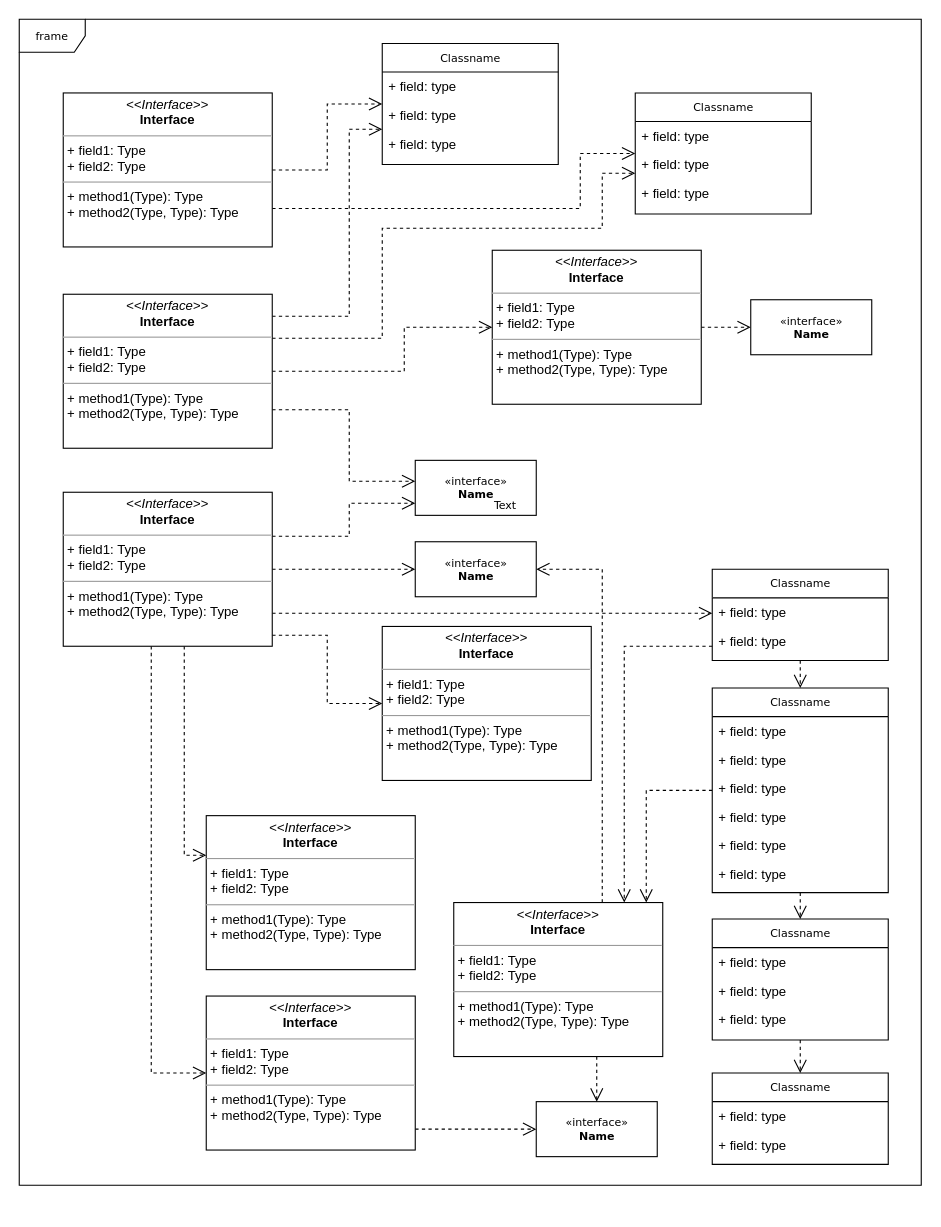
This is Диаграмма без названия.drawio from mobelus/WebProjects, a draw.io file, before an edit. Source tidied: cells renumbered, new cells numbered last; positions are measured from the earlier drawing's top-left corner, leaving out a move shared by most shapes. Both pictures are drawn from the tidied source at 110%, with x=0, y=0 at pixel (19, 19).
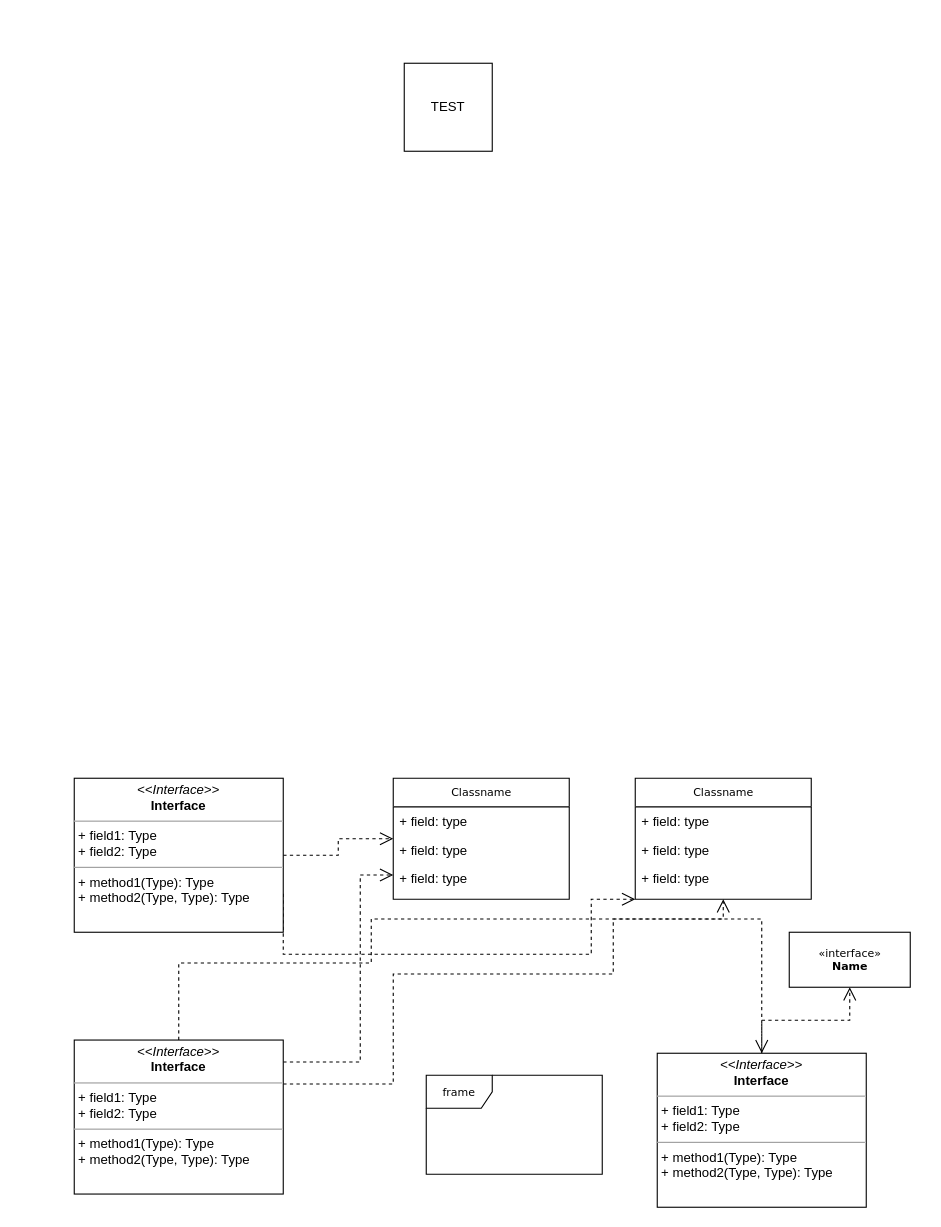
After the change.

What changed in the source:
```diff
@@
     <mxCell id="2" value="frame" style="shape=umlFrame;whiteSpace=wrap;html=1;rounded=0;shadow=0;comic=0;labelBackgroundColor=none;strokeWidth=1;fontFamily=Verdana;fontSize=10;align=center;" parent="1" vertex="1">
-      <mxGeometry width="820" height="1060" as="geometry" />
+      <mxGeometry x="370" y="960" width="160" height="90" as="geometry" />
     </mxCell>
-    <mxCell id="3" style="edgeStyle=orthogonalEdgeStyle;rounded=0;html=1;dashed=1;labelBackgroundColor=none;startFill=0;endArrow=open;endFill=0;endSize=10;fontFamily=Verdana;fontSize=10;" parent="1" edge="1" source="5" target="35">
-      <mxGeometry relative="1" as="geometry">
-        <Array as="points">
-          <mxPoint x="570" y="701" />
-        </Array>
-      </mxGeometry>
-    </mxCell>
-    <mxCell id="4" style="edgeStyle=orthogonalEdgeStyle;rounded=0;html=1;dashed=1;labelBackgroundColor=none;startFill=0;endArrow=open;endFill=0;endSize=10;fontFamily=Verdana;fontSize=10;" parent="1" edge="1" source="5" target="24">
-      <mxGeometry relative="1" as="geometry" />
-    </mxCell>
-    <mxCell id="5" value="Classname" style="swimlane;html=1;fontStyle=0;horizontal=1;startSize=26;fillColor=none;swimlaneFillColor=#ffffff;rounded=0;shadow=0;comic=0;labelBackgroundColor=none;strokeWidth=1;fontFamily=Verdana;fontSize=10;align=center;" parent="1" vertex="1">
-      <mxGeometry x="630" y="608" width="160" height="186" as="geometry" />
-    </mxCell>
-    <mxCell id="6" value="+ field: type" style="text;html=1;strokeColor=none;fillColor=none;align=left;verticalAlign=top;spacingLeft=4;spacingRight=4;whiteSpace=wrap;overflow=hidden;" parent="5" vertex="1">
-      <mxGeometry y="26" width="160" height="26" as="geometry" />
-    </mxCell>
-    <mxCell id="7" value="+ field: type" style="text;html=1;strokeColor=none;fillColor=none;align=left;verticalAlign=top;spacingLeft=4;spacingRight=4;whiteSpace=wrap;overflow=hidden;" parent="5" vertex="1">
-      <mxGeometry y="52" width="160" height="26" as="geometry" />
-    </mxCell>
-    <mxCell id="8" value="+ field: type" style="text;html=1;strokeColor=none;fillColor=none;align=left;verticalAlign=top;spacingLeft=4;spacingRight=4;whiteSpace=wrap;overflow=hidden;" parent="5" vertex="1">
-      <mxGeometry y="78" width="160" height="26" as="geometry" />
-    </mxCell>
-    <mxCell id="9" value="+ field: type" style="text;html=1;strokeColor=none;fillColor=none;align=left;verticalAlign=top;spacingLeft=4;spacingRight=4;whiteSpace=wrap;overflow=hidden;" parent="5" vertex="1">
-      <mxGeometry y="104" width="160" height="26" as="geometry" />
-    </mxCell>
-    <mxCell id="10" value="+ field: type" style="text;html=1;strokeColor=none;fillColor=none;align=left;verticalAlign=top;spacingLeft=4;spacingRight=4;whiteSpace=wrap;overflow=hidden;" parent="5" vertex="1">
-      <mxGeometry y="130" width="160" height="26" as="geometry" />
-    </mxCell>
-    <mxCell id="11" value="+ field: type" style="text;html=1;strokeColor=none;fillColor=none;align=left;verticalAlign=top;spacingLeft=4;spacingRight=4;whiteSpace=wrap;overflow=hidden;" parent="5" vertex="1">
-      <mxGeometry y="156" width="160" height="26" as="geometry" />
-    </mxCell>
     <mxCell id="12" value="Classname" style="swimlane;html=1;fontStyle=0;horizontal=1;startSize=26;fillColor=none;swimlaneFillColor=#ffffff;rounded=0;shadow=0;comic=0;labelBackgroundColor=none;strokeWidth=1;fontFamily=Verdana;fontSize=10;align=center;" parent="1" vertex="1">
-      <mxGeometry x="330" y="22" width="160" height="110" as="geometry" />
+      <mxGeometry x="340" y="690" width="160" height="110" as="geometry" />
     </mxCell>
@@
     <mxCell id="16" value="Classname" style="swimlane;html=1;fontStyle=0;horizontal=1;startSize=26;fillColor=none;swimlaneFillColor=#ffffff;rounded=0;shadow=0;comic=0;labelBackgroundColor=none;strokeWidth=1;fontFamily=Verdana;fontSize=10;align=center;" parent="1" vertex="1">
-      <mxGeometry x="560" y="67" width="160" height="110" as="geometry" />
+      <mxGeometry x="560" y="690" width="160" height="110" as="geometry" />
     </mxCell>
@@
-    <mxCell id="20" value="Classname" style="swimlane;html=1;fontStyle=0;horizontal=1;startSize=26;fillColor=none;swimlaneFillColor=#ffffff;rounded=0;shadow=0;comic=0;labelBackgroundColor=none;strokeWidth=1;fontFamily=Verdana;fontSize=10;align=center;" parent="1" vertex="1">
-      <mxGeometry x="630" y="958" width="160" height="83" as="geometry" />
-    </mxCell>
-    <mxCell id="21" value="+ field: type" style="text;html=1;strokeColor=none;fillColor=none;align=left;verticalAlign=top;spacingLeft=4;spacingRight=4;whiteSpace=wrap;overflow=hidden;" parent="20" vertex="1">
-      <mxGeometry y="26" width="160" height="26" as="geometry" />
-    </mxCell>
-    <mxCell id="22" value="+ field: type" style="text;html=1;strokeColor=none;fillColor=none;align=left;verticalAlign=top;spacingLeft=4;spacingRight=4;whiteSpace=wrap;overflow=hidden;" parent="20" vertex="1">
-      <mxGeometry y="52" width="160" height="26" as="geometry" />
-    </mxCell>
-    <mxCell id="23" style="edgeStyle=orthogonalEdgeStyle;rounded=0;html=1;dashed=1;labelBackgroundColor=none;startFill=0;endArrow=open;endFill=0;endSize=10;fontFamily=Verdana;fontSize=10;" parent="1" edge="1" source="24" target="20">
-      <mxGeometry relative="1" as="geometry" />
-    </mxCell>
-    <mxCell id="24" value="Classname" style="swimlane;html=1;fontStyle=0;horizontal=1;startSize=26;fillColor=none;swimlaneFillColor=#ffffff;rounded=0;shadow=0;comic=0;labelBackgroundColor=none;strokeWidth=1;fontFamily=Verdana;fontSize=10;align=center;" parent="1" vertex="1">
-      <mxGeometry x="630" y="818" width="160" height="110" as="geometry" />
-    </mxCell>
-    <mxCell id="25" value="+ field: type" style="text;html=1;strokeColor=none;fillColor=none;align=left;verticalAlign=top;spacingLeft=4;spacingRight=4;whiteSpace=wrap;overflow=hidden;" parent="24" vertex="1">
-      <mxGeometry y="26" width="160" height="26" as="geometry" />
-    </mxCell>
-    <mxCell id="26" value="+ field: type" style="text;html=1;strokeColor=none;fillColor=none;align=left;verticalAlign=top;spacingLeft=4;spacingRight=4;whiteSpace=wrap;overflow=hidden;" parent="24" vertex="1">
-      <mxGeometry y="52" width="160" height="26" as="geometry" />
-    </mxCell>
-    <mxCell id="27" value="+ field: type" style="text;html=1;strokeColor=none;fillColor=none;align=left;verticalAlign=top;spacingLeft=4;spacingRight=4;whiteSpace=wrap;overflow=hidden;" parent="24" vertex="1">
-      <mxGeometry y="78" width="160" height="26" as="geometry" />
-    </mxCell>
-    <mxCell id="28" style="edgeStyle=orthogonalEdgeStyle;rounded=0;html=1;dashed=1;labelBackgroundColor=none;startFill=0;endArrow=open;endFill=0;endSize=10;fontFamily=Verdana;fontSize=10;" parent="1" edge="1" source="29" target="5">
-      <mxGeometry relative="1" as="geometry" />
-    </mxCell>
-    <mxCell id="29" value="Classname" style="swimlane;html=1;fontStyle=0;horizontal=1;startSize=26;fillColor=none;swimlaneFillColor=#ffffff;rounded=0;shadow=0;comic=0;labelBackgroundColor=none;strokeWidth=1;fontFamily=Verdana;fontSize=10;align=center;" parent="1" vertex="1">
-      <mxGeometry x="630" y="500" width="160" height="83" as="geometry" />
-    </mxCell>
-    <mxCell id="30" value="+ field: type" style="text;html=1;strokeColor=none;fillColor=none;align=left;verticalAlign=top;spacingLeft=4;spacingRight=4;whiteSpace=wrap;overflow=hidden;" parent="29" vertex="1">
-      <mxGeometry y="26" width="160" height="26" as="geometry" />
-    </mxCell>
-    <mxCell id="31" value="+ field: type" style="text;html=1;strokeColor=none;fillColor=none;align=left;verticalAlign=top;spacingLeft=4;spacingRight=4;whiteSpace=wrap;overflow=hidden;" parent="29" vertex="1">
-      <mxGeometry y="52" width="160" height="26" as="geometry" />
-    </mxCell>
-    <mxCell id="32" value="&amp;laquo;interface&amp;raquo;&lt;br&gt;&lt;b&gt;Name&lt;/b&gt;" style="html=1;rounded=0;shadow=0;comic=0;labelBackgroundColor=none;strokeWidth=1;fontFamily=Verdana;fontSize=10;align=center;" parent="1" vertex="1">
-      <mxGeometry x="470" y="984" width="110" height="50" as="geometry" />
-    </mxCell>
-    <mxCell id="33" style="edgeStyle=orthogonalEdgeStyle;rounded=0;html=1;dashed=1;labelBackgroundColor=none;startFill=0;endArrow=open;endFill=0;endSize=10;fontFamily=Verdana;fontSize=10;" parent="1" edge="1" source="35" target="32">
-      <mxGeometry relative="1" as="geometry">
-        <Array as="points">
-          <mxPoint x="525" y="950" />
-          <mxPoint x="525" y="950" />
-        </Array>
-      </mxGeometry>
-    </mxCell>
-    <mxCell id="34" style="edgeStyle=orthogonalEdgeStyle;rounded=0;html=1;dashed=1;labelBackgroundColor=none;startFill=0;endArrow=open;endFill=0;endSize=10;fontFamily=Verdana;fontSize=10;" parent="1" edge="1" source="35" target="40">
-      <mxGeometry relative="1" as="geometry">
-        <Array as="points">
-          <mxPoint x="530" y="500" />
-        </Array>
-      </mxGeometry>
-    </mxCell>
-    <mxCell id="35" value="&lt;p style=&quot;margin:0px;margin-top:4px;text-align:center;&quot;&gt;&lt;i&gt;&amp;lt;&amp;lt;Interface&amp;gt;&amp;gt;&lt;/i&gt;&lt;br/&gt;&lt;b&gt;Interface&lt;/b&gt;&lt;/p&gt;&lt;hr size=&quot;1&quot;/&gt;&lt;p style=&quot;margin:0px;margin-left:4px;&quot;&gt;+ field1: Type&lt;br/&gt;+ field2: Type&lt;/p&gt;&lt;hr size=&quot;1&quot;/&gt;&lt;p style=&quot;margin:0px;margin-left:4px;&quot;&gt;+ method1(Type): Type&lt;br/&gt;+ method2(Type, Type): Type&lt;/p&gt;" style="verticalAlign=top;align=left;overflow=fill;fontSize=12;fontFamily=Helvetica;html=1;rounded=0;shadow=0;comic=0;labelBackgroundColor=none;strokeWidth=1;" parent="1" vertex="1">
-      <mxGeometry x="395" y="803" width="190" height="140" as="geometry" />
-    </mxCell>
-    <mxCell id="36" value="&lt;p style=&quot;margin:0px;margin-top:4px;text-align:center;&quot;&gt;&lt;i&gt;&amp;lt;&amp;lt;Interface&amp;gt;&amp;gt;&lt;/i&gt;&lt;br/&gt;&lt;b&gt;Interface&lt;/b&gt;&lt;/p&gt;&lt;hr size=&quot;1&quot;/&gt;&lt;p style=&quot;margin:0px;margin-left:4px;&quot;&gt;+ field1: Type&lt;br/&gt;+ field2: Type&lt;/p&gt;&lt;hr size=&quot;1&quot;/&gt;&lt;p style=&quot;margin:0px;margin-left:4px;&quot;&gt;+ method1(Type): Type&lt;br/&gt;+ method2(Type, Type): Type&lt;/p&gt;" style="verticalAlign=top;align=left;overflow=fill;fontSize=12;fontFamily=Helvetica;html=1;rounded=0;shadow=0;comic=0;labelBackgroundColor=none;strokeWidth=1;" parent="1" vertex="1">
-      <mxGeometry x="330" y="552" width="190" height="140" as="geometry" />
-    </mxCell>
-    <mxCell id="37" style="edgeStyle=orthogonalEdgeStyle;rounded=0;html=1;dashed=1;labelBackgroundColor=none;startFill=0;endArrow=open;endFill=0;endSize=10;fontFamily=Verdana;fontSize=10;" parent="1" edge="1" source="38" target="32">
-      <mxGeometry relative="1" as="geometry">
-        <Array as="points">
-          <mxPoint x="390" y="1009" />
-          <mxPoint x="390" y="1009" />
-        </Array>
-      </mxGeometry>
-    </mxCell>
-    <mxCell id="38" value="&lt;p style=&quot;margin:0px;margin-top:4px;text-align:center;&quot;&gt;&lt;i&gt;&amp;lt;&amp;lt;Interface&amp;gt;&amp;gt;&lt;/i&gt;&lt;br/&gt;&lt;b&gt;Interface&lt;/b&gt;&lt;/p&gt;&lt;hr size=&quot;1&quot;/&gt;&lt;p style=&quot;margin:0px;margin-left:4px;&quot;&gt;+ field1: Type&lt;br/&gt;+ field2: Type&lt;/p&gt;&lt;hr size=&quot;1&quot;/&gt;&lt;p style=&quot;margin:0px;margin-left:4px;&quot;&gt;+ method1(Type): Type&lt;br/&gt;+ method2(Type, Type): Type&lt;/p&gt;" style="verticalAlign=top;align=left;overflow=fill;fontSize=12;fontFamily=Helvetica;html=1;rounded=0;shadow=0;comic=0;labelBackgroundColor=none;strokeWidth=1;" parent="1" vertex="1">
-      <mxGeometry x="170" y="888" width="190" height="140" as="geometry" />
-    </mxCell>
-    <mxCell id="39" value="&lt;p style=&quot;margin:0px;margin-top:4px;text-align:center;&quot;&gt;&lt;i&gt;&amp;lt;&amp;lt;Interface&amp;gt;&amp;gt;&lt;/i&gt;&lt;br/&gt;&lt;b&gt;Interface&lt;/b&gt;&lt;/p&gt;&lt;hr size=&quot;1&quot;/&gt;&lt;p style=&quot;margin:0px;margin-left:4px;&quot;&gt;+ field1: Type&lt;br/&gt;+ field2: Type&lt;/p&gt;&lt;hr size=&quot;1&quot;/&gt;&lt;p style=&quot;margin:0px;margin-left:4px;&quot;&gt;+ method1(Type): Type&lt;br/&gt;+ method2(Type, Type): Type&lt;/p&gt;" style="verticalAlign=top;align=left;overflow=fill;fontSize=12;fontFamily=Helvetica;html=1;rounded=0;shadow=0;comic=0;labelBackgroundColor=none;strokeWidth=1;" parent="1" vertex="1">
-      <mxGeometry x="170" y="724" width="190" height="140" as="geometry" />
-    </mxCell>
-    <mxCell id="40" value="&amp;laquo;interface&amp;raquo;&lt;br&gt;&lt;b&gt;Name&lt;/b&gt;" style="html=1;rounded=0;shadow=0;comic=0;labelBackgroundColor=none;strokeWidth=1;fontFamily=Verdana;fontSize=10;align=center;" parent="1" vertex="1">
-      <mxGeometry x="360" y="475" width="110" height="50" as="geometry" />
-    </mxCell>
-    <mxCell id="41" value="&amp;laquo;interface&amp;raquo;&lt;br&gt;&lt;b&gt;Name&lt;/b&gt;" style="html=1;rounded=0;shadow=0;comic=0;labelBackgroundColor=none;strokeWidth=1;fontFamily=Verdana;fontSize=10;align=center;" parent="1" vertex="1">
-      <mxGeometry x="360" y="401" width="110" height="50" as="geometry" />
-    </mxCell>
@@
     <mxCell id="43" value="&lt;p style=&quot;margin:0px;margin-top:4px;text-align:center;&quot;&gt;&lt;i&gt;&amp;lt;&amp;lt;Interface&amp;gt;&amp;gt;&lt;/i&gt;&lt;br/&gt;&lt;b&gt;Interface&lt;/b&gt;&lt;/p&gt;&lt;hr size=&quot;1&quot;/&gt;&lt;p style=&quot;margin:0px;margin-left:4px;&quot;&gt;+ field1: Type&lt;br/&gt;+ field2: Type&lt;/p&gt;&lt;hr size=&quot;1&quot;/&gt;&lt;p style=&quot;margin:0px;margin-left:4px;&quot;&gt;+ method1(Type): Type&lt;br/&gt;+ method2(Type, Type): Type&lt;/p&gt;" style="verticalAlign=top;align=left;overflow=fill;fontSize=12;fontFamily=Helvetica;html=1;rounded=0;shadow=0;comic=0;labelBackgroundColor=none;strokeWidth=1;" parent="1" vertex="1">
-      <mxGeometry x="430" y="210" width="190" height="140" as="geometry" />
+      <mxGeometry x="580" y="940" width="190" height="140" as="geometry" />
     </mxCell>
-    <mxCell id="44" value="Text" style="text;html=1;align=left;verticalAlign=top;spacingTop=-4;fontSize=10;fontFamily=Verdana;fontColor=#000000;" parent="1" vertex="1">
-      <mxGeometry x="430" y="434" width="40" height="10" as="geometry" />
-    </mxCell>
     <mxCell id="45" value="&amp;laquo;interface&amp;raquo;&lt;br&gt;&lt;b&gt;Name&lt;/b&gt;" style="html=1;rounded=0;shadow=0;comic=0;labelBackgroundColor=none;strokeWidth=1;fontFamily=Verdana;fontSize=10;align=center;" parent="1" vertex="1">
-      <mxGeometry x="665" y="255" width="110" height="50" as="geometry" />
+      <mxGeometry x="700" y="830" width="110" height="50" as="geometry" />
     </mxCell>
@@
     <mxCell id="47" style="edgeStyle=orthogonalEdgeStyle;rounded=0;html=1;exitX=1;exitY=0.75;dashed=1;labelBackgroundColor=none;startFill=0;endArrow=open;endFill=0;endSize=10;fontFamily=Verdana;fontSize=10;" parent="1" edge="1" source="48" target="16">
       <mxGeometry relative="1" as="geometry">
         <Array as="points">
-          <mxPoint x="510" y="172" />
-          <mxPoint x="510" y="122" />
+          <mxPoint x="520" y="850" />
+          <mxPoint x="520" y="800" />
         </Array>
       </mxGeometry>
     </mxCell>
     <mxCell id="48" value="&lt;p style=&quot;margin:0px;margin-top:4px;text-align:center;&quot;&gt;&lt;i&gt;&amp;lt;&amp;lt;Interface&amp;gt;&amp;gt;&lt;/i&gt;&lt;br/&gt;&lt;b&gt;Interface&lt;/b&gt;&lt;/p&gt;&lt;hr size=&quot;1&quot;/&gt;&lt;p style=&quot;margin:0px;margin-left:4px;&quot;&gt;+ field1: Type&lt;br/&gt;+ field2: Type&lt;/p&gt;&lt;hr size=&quot;1&quot;/&gt;&lt;p style=&quot;margin:0px;margin-left:4px;&quot;&gt;+ method1(Type): Type&lt;br/&gt;+ method2(Type, Type): Type&lt;/p&gt;" style="verticalAlign=top;align=left;overflow=fill;fontSize=12;fontFamily=Helvetica;html=1;rounded=0;shadow=0;comic=0;labelBackgroundColor=none;strokeWidth=1;" parent="1" vertex="1">
-      <mxGeometry x="40" y="67" width="190" height="140" as="geometry" />
+      <mxGeometry x="50" y="690" width="190" height="140" as="geometry" />
     </mxCell>
     <mxCell id="49" style="edgeStyle=orthogonalEdgeStyle;rounded=0;html=1;dashed=1;labelBackgroundColor=none;startFill=0;endArrow=open;endFill=0;endSize=10;fontFamily=Verdana;fontSize=10;" parent="1" edge="1" source="53" target="12">
       <mxGeometry relative="1" as="geometry">
         <Array as="points">
-          <mxPoint x="300" y="270" />
-          <mxPoint x="300" y="100" />
+          <mxPoint x="310" y="948" />
+          <mxPoint x="310" y="778" />
         </Array>
       </mxGeometry>
     </mxCell>
     <mxCell id="50" style="edgeStyle=orthogonalEdgeStyle;rounded=0;html=1;dashed=1;labelBackgroundColor=none;startFill=0;endArrow=open;endFill=0;endSize=10;fontFamily=Verdana;fontSize=10;" parent="1" edge="1" source="53" target="16">
       <mxGeometry relative="1" as="geometry">
         <Array as="points">
-          <mxPoint x="330" y="290" />
-          <mxPoint x="330" y="190" />
-          <mxPoint x="530" y="190" />
-          <mxPoint x="530" y="140" />
+          <mxPoint x="340" y="968" />
+          <mxPoint x="340" y="868" />
+          <mxPoint x="540" y="868" />
+          <mxPoint x="540" y="818" />
         </Array>
       </mxGeometry>
     </mxCell>
     <mxCell id="51" style="edgeStyle=orthogonalEdgeStyle;rounded=0;html=1;dashed=1;labelBackgroundColor=none;startFill=0;endArrow=open;endFill=0;endSize=10;fontFamily=Verdana;fontSize=10;" parent="1" edge="1" source="53" target="43">
       <mxGeometry relative="1" as="geometry">
         <Array as="points">
-          <mxPoint x="350" y="320" />
-          <mxPoint x="350" y="280" />
+          <mxPoint x="320" y="858" />
+          <mxPoint x="320" y="818" />
         </Array>
       </mxGeometry>
     </mxCell>
-    <mxCell id="52" style="edgeStyle=orthogonalEdgeStyle;rounded=0;html=1;exitX=1;exitY=0.75;dashed=1;labelBackgroundColor=none;startFill=0;endArrow=open;endFill=0;endSize=10;fontFamily=Verdana;fontSize=10;" parent="1" edge="1" source="53" target="41">
-      <mxGeometry relative="1" as="geometry">
-        <Array as="points">
-          <mxPoint x="300" y="355" />
-          <mxPoint x="300" y="420" />
-        </Array>
-      </mxGeometry>
-    </mxCell>
     <mxCell id="53" value="&lt;p style=&quot;margin:0px;margin-top:4px;text-align:center;&quot;&gt;&lt;i&gt;&amp;lt;&amp;lt;Interface&amp;gt;&amp;gt;&lt;/i&gt;&lt;br/&gt;&lt;b&gt;Interface&lt;/b&gt;&lt;/p&gt;&lt;hr size=&quot;1&quot;/&gt;&lt;p style=&quot;margin:0px;margin-left:4px;&quot;&gt;+ field1: Type&lt;br/&gt;+ field2: Type&lt;/p&gt;&lt;hr size=&quot;1&quot;/&gt;&lt;p style=&quot;margin:0px;margin-left:4px;&quot;&gt;+ method1(Type): Type&lt;br/&gt;+ method2(Type, Type): Type&lt;/p&gt;" style="verticalAlign=top;align=left;overflow=fill;fontSize=12;fontFamily=Helvetica;html=1;rounded=0;shadow=0;comic=0;labelBackgroundColor=none;strokeWidth=1;" parent="1" vertex="1">
-      <mxGeometry x="40" y="250" width="190" height="140" as="geometry" />
+      <mxGeometry x="50" y="928" width="190" height="140" as="geometry" />
     </mxCell>
-    <mxCell id="54" style="edgeStyle=orthogonalEdgeStyle;rounded=0;html=1;dashed=1;labelBackgroundColor=none;startFill=0;endArrow=open;endFill=0;endSize=10;fontFamily=Verdana;fontSize=10;" parent="1" edge="1" source="60" target="41">
-      <mxGeometry relative="1" as="geometry">
-        <Array as="points">
-          <mxPoint x="300" y="470" />
-          <mxPoint x="300" y="440" />
-        </Array>
-      </mxGeometry>
-    </mxCell>
-    <mxCell id="55" style="edgeStyle=orthogonalEdgeStyle;rounded=0;html=1;dashed=1;labelBackgroundColor=none;startFill=0;endArrow=open;endFill=0;endSize=10;fontFamily=Verdana;fontSize=10;" parent="1" edge="1" source="60" target="40">
-      <mxGeometry relative="1" as="geometry" />
-    </mxCell>
-    <mxCell id="56" style="edgeStyle=orthogonalEdgeStyle;rounded=0;html=1;dashed=1;labelBackgroundColor=none;startFill=0;endArrow=open;endFill=0;endSize=10;fontFamily=Verdana;fontSize=10;" parent="1" edge="1" source="60" target="36">
-      <mxGeometry relative="1" as="geometry">
-        <Array as="points">
-          <mxPoint x="280" y="560" />
-          <mxPoint x="280" y="622" />
-        </Array>
-      </mxGeometry>
-    </mxCell>
-    <mxCell id="57" style="edgeStyle=orthogonalEdgeStyle;rounded=0;html=1;dashed=1;labelBackgroundColor=none;startFill=0;endArrow=open;endFill=0;endSize=10;fontFamily=Verdana;fontSize=10;" parent="1" edge="1" source="60" target="29">
-      <mxGeometry relative="1" as="geometry">
-        <Array as="points">
-          <mxPoint x="330" y="540" />
-          <mxPoint x="330" y="540" />
-        </Array>
-      </mxGeometry>
-    </mxCell>
-    <mxCell id="58" style="edgeStyle=orthogonalEdgeStyle;rounded=0;html=1;dashed=1;labelBackgroundColor=none;startFill=0;endArrow=open;endFill=0;endSize=10;fontFamily=Verdana;fontSize=10;" parent="1" edge="1" source="60" target="39">
-      <mxGeometry relative="1" as="geometry">
-        <Array as="points">
-          <mxPoint x="150" y="760" />
-        </Array>
-      </mxGeometry>
-    </mxCell>
-    <mxCell id="59" style="edgeStyle=orthogonalEdgeStyle;rounded=0;html=1;dashed=1;labelBackgroundColor=none;startFill=0;endArrow=open;endFill=0;endSize=10;fontFamily=Verdana;fontSize=10;" parent="1" edge="1" source="60" target="38">
-      <mxGeometry relative="1" as="geometry">
-        <Array as="points">
-          <mxPoint x="120" y="958" />
-        </Array>
-      </mxGeometry>
-    </mxCell>
-    <mxCell id="60" value="&lt;p style=&quot;margin:0px;margin-top:4px;text-align:center;&quot;&gt;&lt;i&gt;&amp;lt;&amp;lt;Interface&amp;gt;&amp;gt;&lt;/i&gt;&lt;br/&gt;&lt;b&gt;Interface&lt;/b&gt;&lt;/p&gt;&lt;hr size=&quot;1&quot;/&gt;&lt;p style=&quot;margin:0px;margin-left:4px;&quot;&gt;+ field1: Type&lt;br/&gt;+ field2: Type&lt;/p&gt;&lt;hr size=&quot;1&quot;/&gt;&lt;p style=&quot;margin:0px;margin-left:4px;&quot;&gt;+ method1(Type): Type&lt;br/&gt;+ method2(Type, Type): Type&lt;/p&gt;" style="verticalAlign=top;align=left;overflow=fill;fontSize=12;fontFamily=Helvetica;html=1;rounded=0;shadow=0;comic=0;labelBackgroundColor=none;strokeWidth=1;" parent="1" vertex="1">
-      <mxGeometry x="40" y="430" width="190" height="140" as="geometry" />
-    </mxCell>
-    <mxCell id="61" style="edgeStyle=orthogonalEdgeStyle;rounded=0;html=1;dashed=1;labelBackgroundColor=none;startFill=0;endArrow=open;endFill=0;endSize=10;fontFamily=Verdana;fontSize=10;" parent="1" edge="1" source="29" target="35">
-      <mxGeometry relative="1" as="geometry">
-        <Array as="points">
-          <mxPoint x="550" y="570" />
-        </Array>
-      </mxGeometry>
-    </mxCell>
+    <mxCell id="62" value="TEST" style="whiteSpace=wrap;html=1;" parent="1" vertex="1">
+      <mxGeometry x="350" y="40" width="80" height="80" as="geometry" />
+    </mxCell>
```
